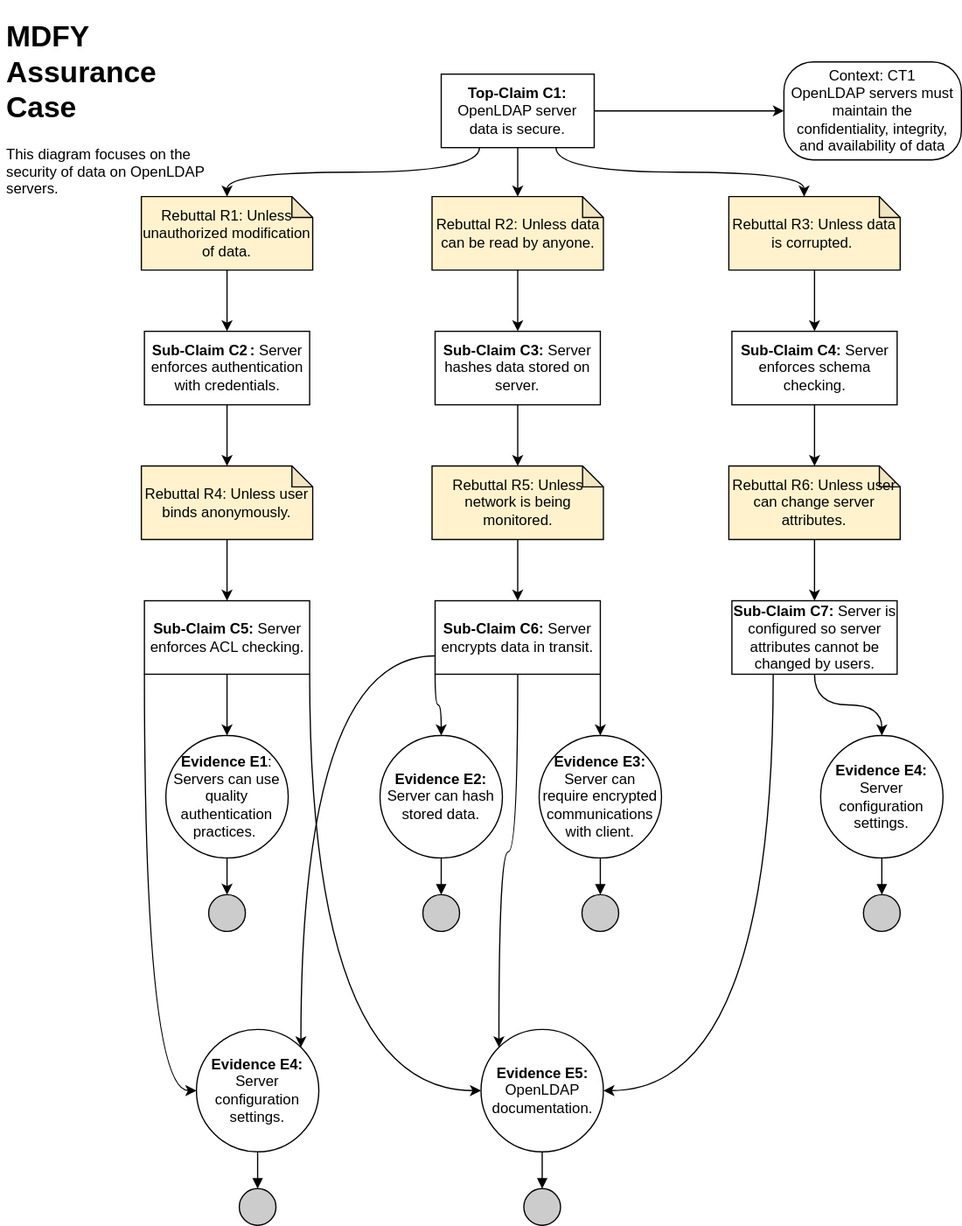
Before: images/MDFY_Assurance_Case.drawio.svg, a diagram exported from draw.io (bartelsjoshuac/SAPG). Source tidied: cells renumbered, new cells last; positions are measured from the earlier drawing's top-left corner, leaving out a move shared by most shapes.
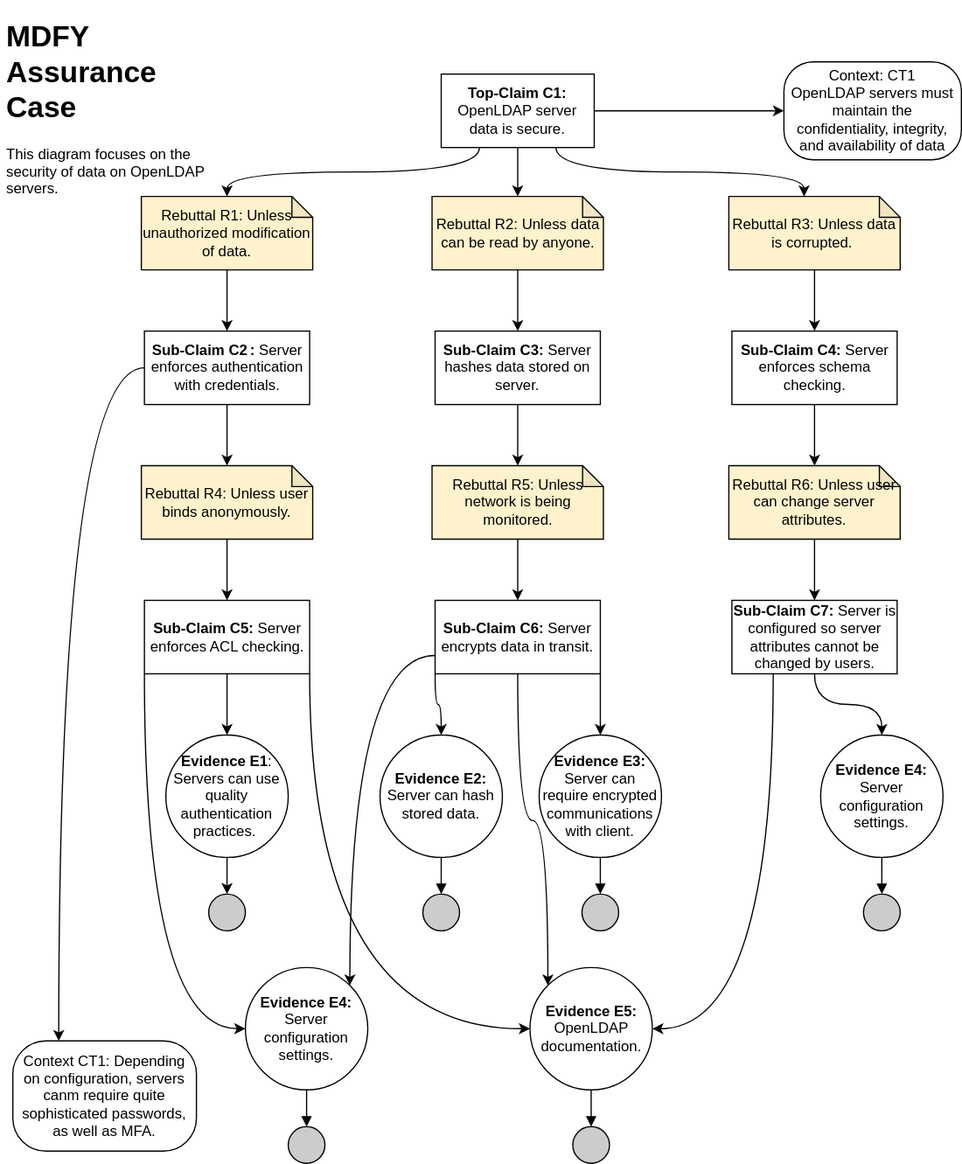
The same diagram one commit later.

Change to the diagram source:
```diff
@@ -27,14 +27,17 @@
       <mxGeometry relative="1" as="geometry" />
     </mxCell>
     <mxCell id="10" value="&lt;b&gt;Evidence E5:&lt;/b&gt;&lt;br&gt;OpenLDAP documentation." style="ellipse;whiteSpace=wrap;html=1;fillColor=#ffffff;rounded=0;" parent="1" vertex="1">
-      <mxGeometry x="392.5" y="830" width="100" height="100" as="geometry" />
+      <mxGeometry x="432.5" y="780" width="100" height="100" as="geometry" />
     </mxCell>
     <mxCell id="11" style="ellipse;whiteSpace=wrap;html=1;fillColor=#CCCCCC;" parent="1" vertex="1">
       <mxGeometry x="170" y="720" width="30" height="30" as="geometry" />
     </mxCell>
     <mxCell id="12" style="ellipse;whiteSpace=wrap;html=1;fillColor=#CCCCCC;" parent="1" vertex="1">
-      <mxGeometry x="427.5" y="960" width="30" height="30" as="geometry" />
+      <mxGeometry x="467.5" y="910" width="30" height="30" as="geometry" />
     </mxCell>
+    <mxCell id="57" style="edgeStyle=orthogonalEdgeStyle;rounded=0;jettySize=auto;html=1;exitX=0;exitY=0.5;exitDx=0;exitDy=0;entryX=0.25;entryY=0;entryDx=0;entryDy=0;curved=1;" parent="1" edge="1" source="13" target="58">
+      <mxGeometry relative="1" as="geometry" />
+    </mxCell>
     <mxCell id="13" value="&lt;b&gt;Sub-Claim C2&lt;span style=&quot;white-space: pre;&quot;&gt;&#9;&lt;/span&gt;: &lt;/b&gt;Server enforces authentication with credentials." style="rounded=0;whiteSpace=wrap;html=1;" parent="1" vertex="1">
       <mxGeometry x="117.5" y="260" width="135" height="60" as="geometry" />
     </mxCell>
@@ -162,10 +165,13 @@
       <mxGeometry relative="1" as="geometry" />
     </mxCell>
     <mxCell id="55" value="&lt;b&gt;Evidence E4: &lt;/b&gt;Server configuration settings." style="ellipse;whiteSpace=wrap;html=1;fillColor=#ffffff;rounded=0;" parent="1" vertex="1">
-      <mxGeometry x="160" y="830" width="100" height="100" as="geometry" />
+      <mxGeometry x="200" y="780" width="100" height="100" as="geometry" />
     </mxCell>
     <mxCell id="56" style="ellipse;whiteSpace=wrap;html=1;fillColor=#CCCCCC;" parent="1" vertex="1">
-      <mxGeometry x="195" y="960" width="30" height="30" as="geometry" />
+      <mxGeometry x="235" y="910" width="30" height="30" as="geometry" />
     </mxCell>
+    <mxCell id="58" value="Context CT1: Depending on configuration, servers canm require quite sophisticated passwords, as well as MFA." style="rounded=1;whiteSpace=wrap;html=1;arcSize=30;" parent="1" vertex="1">
+      <mxGeometry x="10" y="840" width="150" height="90" as="geometry" />
+    </mxCell>
   </root>
 </mxGraphModel>
```
